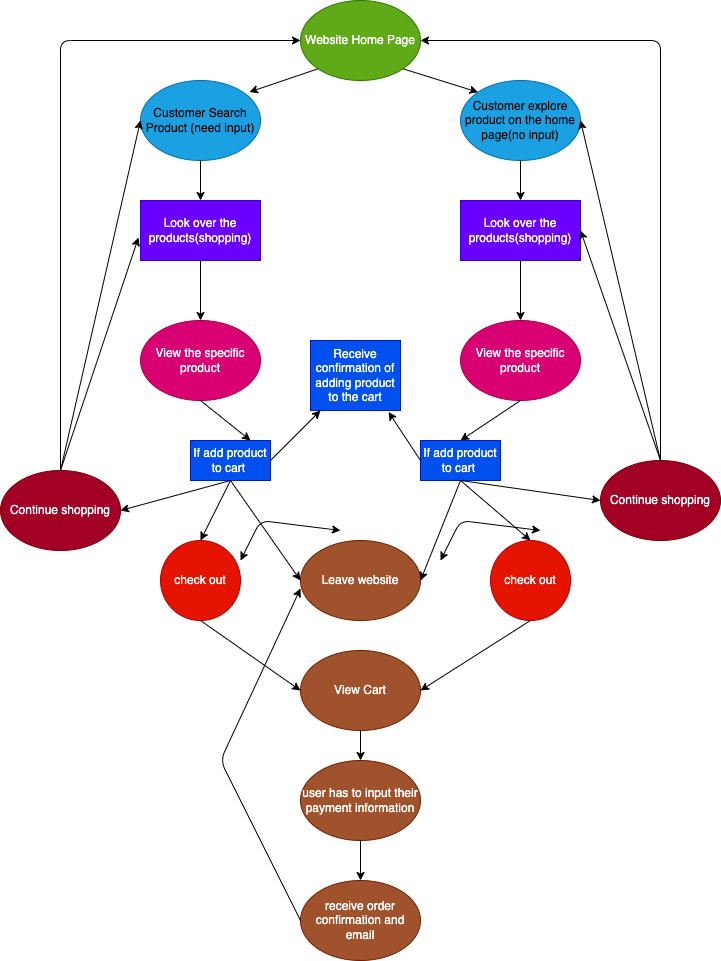
The draw.io diagram explore/diagramming/diagram.drawio.png in AstroWang0306/fa22-cse110-lab4, before a commit. Source tidied: cells renumbered, new cells last; positions are measured from the earlier drawing's top-left corner, leaving out a move shared by most shapes.
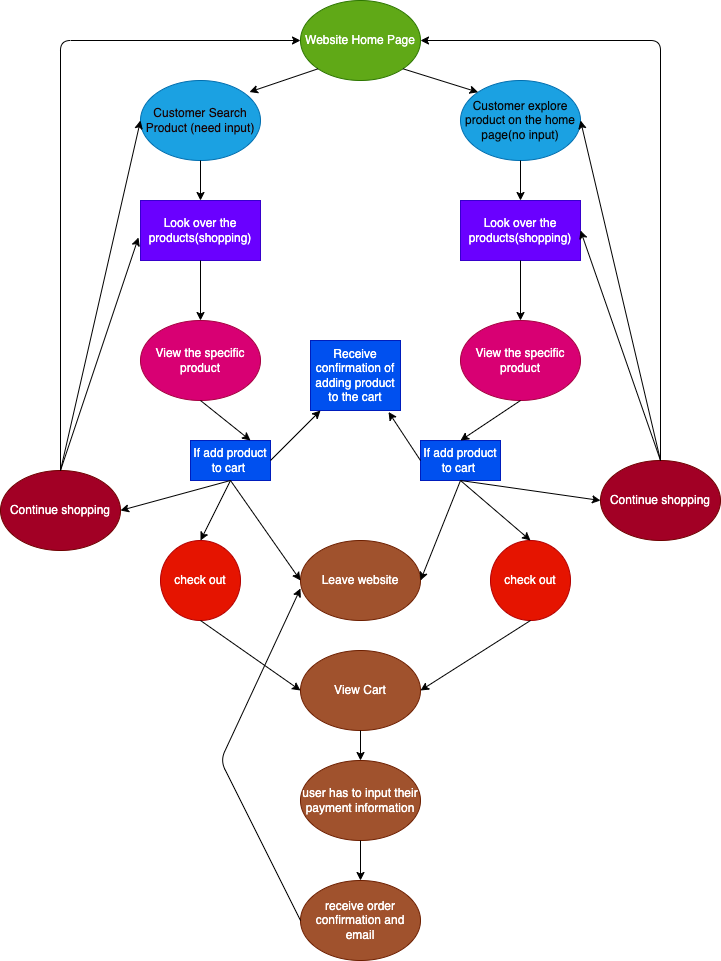
The same diagram one commit later.

What changed in the source:
```diff
@@ -32,24 +32,6 @@
     <mxCell id="11" value="If add product to cart&amp;nbsp;" style="rounded=0;whiteSpace=wrap;html=1;labelBackgroundColor=none;fontColor=#ffffff;fillColor=#0050ef;strokeColor=#001DBC;" parent="1" vertex="1">
       <mxGeometry x="190" y="440" width="80" height="40" as="geometry" />
     </mxCell>
-    <mxCell id="12" style="endArrow=classic;startArrow=classic;html=1;fontColor=#FCFAF0;exitX=0.5;exitY=0;exitDx=0;exitDy=0;entryX=0.5;entryY=0;entryDx=0;entryDy=0;" parent="1" edge="1">
-      <mxGeometry relative="1" as="geometry">
-        <mxPoint x="240" y="560" as="sourcePoint" />
-        <mxPoint x="340" y="530" as="targetPoint" />
-        <Array as="points">
-          <mxPoint x="260" y="520" />
-        </Array>
-      </mxGeometry>
-    </mxCell>
-    <mxCell id="13" style="endArrow=classic;startArrow=classic;html=1;fontColor=#FCFAF0;exitX=0.5;exitY=0;exitDx=0;exitDy=0;entryX=0.5;entryY=0;entryDx=0;entryDy=0;" parent="1" edge="1">
-      <mxGeometry relative="1" as="geometry">
-        <mxPoint x="440" y="560" as="sourcePoint" />
-        <mxPoint x="540" y="530" as="targetPoint" />
-        <Array as="points">
-          <mxPoint x="460" y="520" />
-        </Array>
-      </mxGeometry>
-    </mxCell>
     <mxCell id="14" value="View the specific product" style="ellipse;whiteSpace=wrap;html=1;labelBackgroundColor=none;fontColor=#ffffff;fillColor=#d80073;strokeColor=#A50040;" parent="1" vertex="1">
       <mxGeometry x="140" y="320" width="120" height="80" as="geometry" />
     </mxCell>
```
